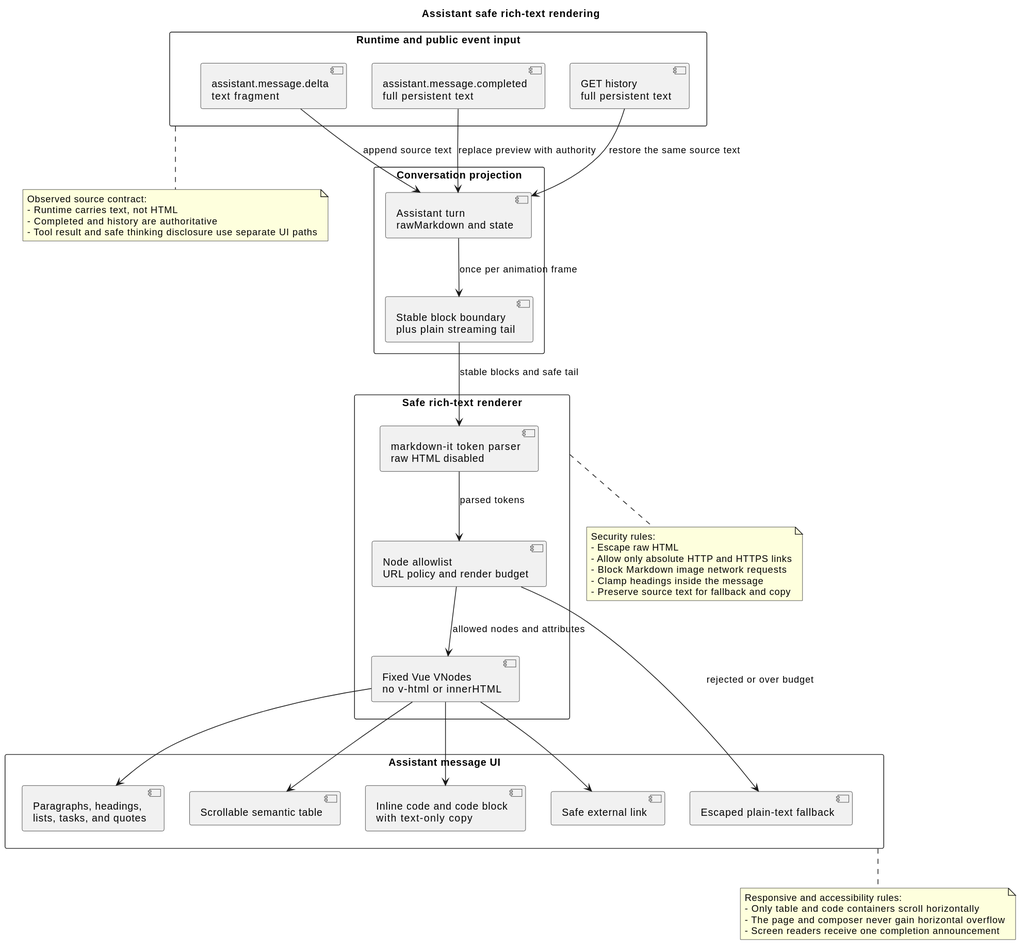
Earlier version of the PlantUML export docs/designs/campusclaw-frontend/assistant_rich_text_rendering.svg (2862282695gjh-afk/pi-mono-java).
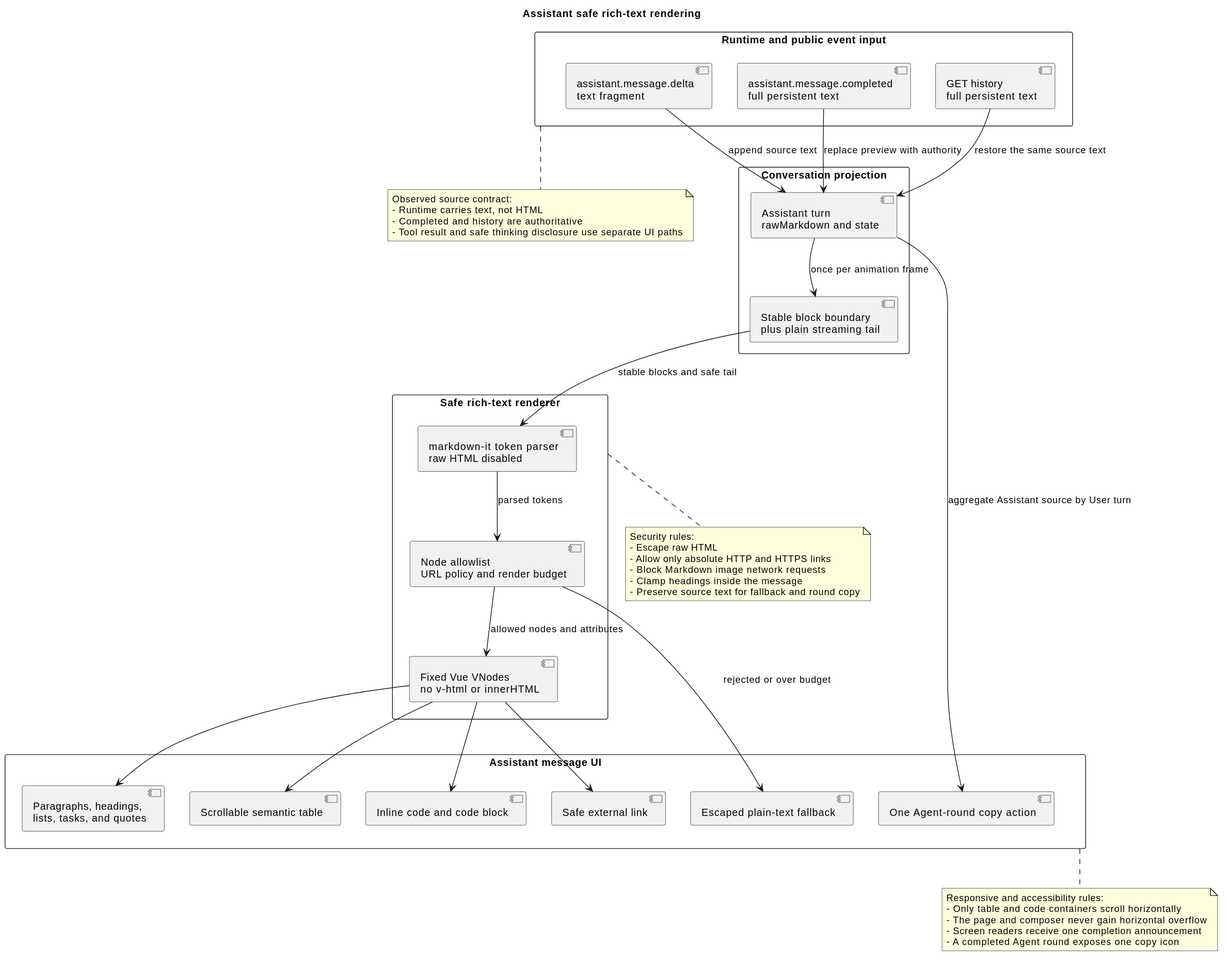
The same file after the commit.

Change to the diagram source:
```diff
@@ -23,9 +23,10 @@
 rectangle "Assistant message UI" as UI {
   component "Paragraphs, headings,\nlists, tasks, and quotes" as Prose
   component "Scrollable semantic table" as Table
-  component "Inline code and code block\nwith text-only copy" as Code
+  component "Inline code and code block" as Code
   component "Safe external link" as Link
   component "Escaped plain-text fallback" as Fallback
+  component "One Agent-round copy action" as RoundCopy
 }
 
 Delta --> Raw : append source text
@@ -40,6 +41,7 @@
 Vue --> Table
 Vue --> Code
 Vue --> Link
+Raw --> RoundCopy : aggregate Assistant source by User turn
 
 note bottom of Input
 Observed source contract:
@@ -54,7 +56,7 @@
 - Allow only absolute HTTP and HTTPS links
 - Block Markdown image network requests
 - Clamp headings inside the message
-- Preserve source text for fallback and copy
+- Preserve source text for fallback and round copy
 end note
 
 note bottom of UI
@@ -62,5 +64,6 @@
 - Only table and code containers scroll horizontally
 - The page and composer never gain horizontal overflow
 - Screen readers receive one completion announcement
+- A completed Agent round exposes one copy icon
 end note
 @enduml
```
